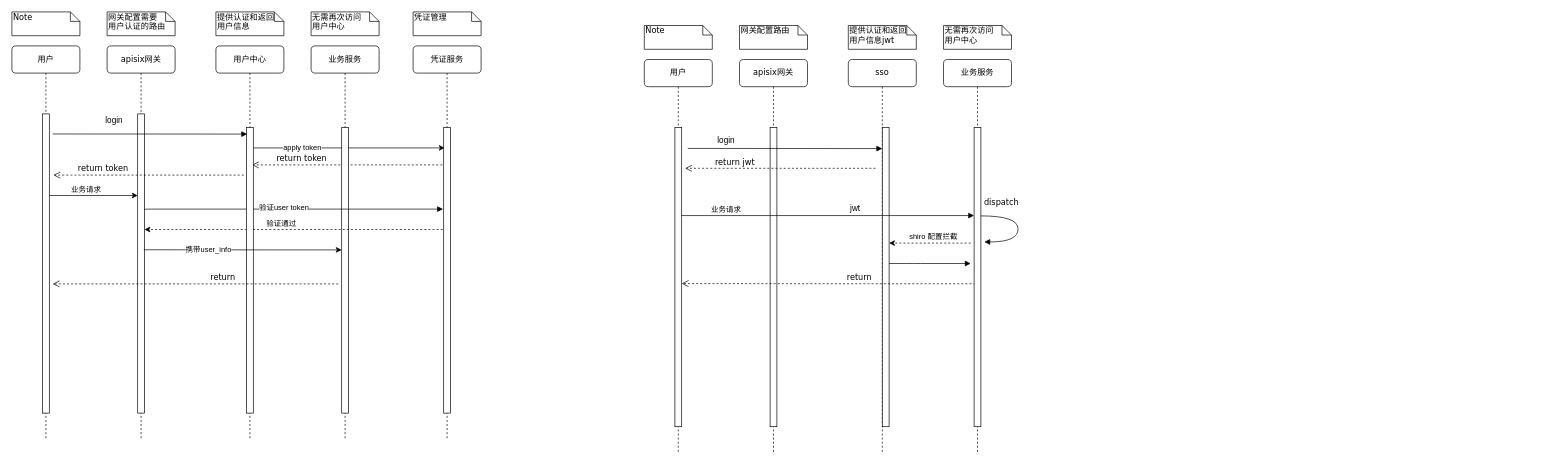
This is apisix_sso.drawio from likesea/blog, a draw.io file, before an edit. Source tidied: cells renumbered, new cells numbered last; positions are measured from the earlier drawing's top-left corner, leaving out a move shared by most shapes. Both pictures are drawn from the tidied source at 68%, with x=0, y=0 at pixel (12, 12).
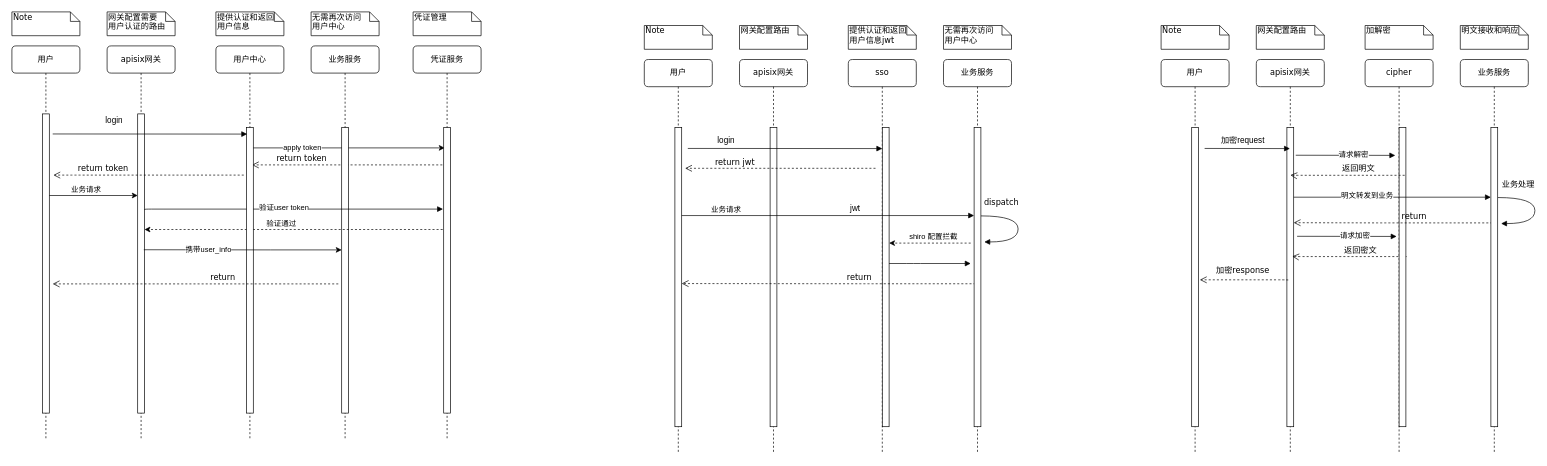
The same page after the edit.

The edit, as a diff of the source:
```diff
@@
+    <mxCell id="55" value="apisix网关" style="shape=umlLifeline;perimeter=lifelinePerimeter;whiteSpace=wrap;html=1;outlineConnect=0;rounded=1;shadow=0;comic=0;labelBackgroundColor=none;strokeWidth=1;fontFamily=Verdana;fontSize=12;align=center;" parent="1" vertex="1">
+      <mxGeometry x="1830" y="70" width="100" height="580" as="geometry" />
+    </mxCell>
+    <mxCell id="56" style="html=1;perimeter=orthogonalPerimeter;rounded=0;shadow=0;comic=0;labelBackgroundColor=none;strokeWidth=1;fontFamily=Verdana;fontSize=12;align=center;" parent="55" vertex="1">
+      <mxGeometry x="45" y="100" width="10" height="440" as="geometry" />
+    </mxCell>
+    <mxCell id="57" value="返回密文" style="html=1;verticalAlign=bottom;endArrow=open;dashed=1;endSize=8;labelBackgroundColor=none;fontFamily=Verdana;fontSize=12;" parent="55" edge="1">
+      <mxGeometry x="-0.19" relative="1" as="geometry">
+        <mxPoint x="221" y="289.8" as="sourcePoint" />
+        <mxPoint x="52.8" y="289.5" as="targetPoint" />
+        <Array as="points">
+          <mxPoint x="56" y="289.8" />
+        </Array>
+      </mxGeometry>
+    </mxCell>
+    <mxCell id="58" value="cipher" style="shape=umlLifeline;perimeter=lifelinePerimeter;whiteSpace=wrap;html=1;rounded=1;shadow=0;comic=0;labelBackgroundColor=none;strokeWidth=1;fontFamily=Verdana;fontSize=12;align=center;" parent="1" vertex="1">
+      <mxGeometry x="1990" y="70" width="100" height="580" as="geometry" />
+    </mxCell>
+    <mxCell id="59" style="html=1;perimeter=orthogonalPerimeter;rounded=0;shadow=0;comic=0;labelBackgroundColor=none;strokeWidth=1;fontFamily=Verdana;fontSize=12;align=center;" parent="58" vertex="1">
+      <mxGeometry x="50" y="100" width="10" height="440" as="geometry" />
+    </mxCell>
+    <mxCell id="60" style="html=1;verticalAlign=bottom;endArrow=block;labelBackgroundColor=none;fontFamily=Verdana;fontSize=12;edgeStyle=elbowEdgeStyle;elbow=vertical;exitX=0.9;exitY=0.07;exitDx=0;exitDy=0;exitPerimeter=0;" parent="58" edge="1" target="55">
+      <mxGeometry x="-0.15" y="10" relative="1" as="geometry">
+        <mxPoint x="-236" y="130.8" as="sourcePoint" />
+        <Array as="points">
+          <mxPoint x="70" y="131" />
+          <mxPoint x="-158.8" y="130" />
+          <mxPoint x="-98.8" y="140" />
+          <mxPoint x="-168.8" y="110" />
+          <mxPoint x="-198.8" y="130" />
+        </Array>
+      </mxGeometry>
+    </mxCell>
+    <mxCell id="61" value="return" style="html=1;verticalAlign=bottom;endArrow=open;dashed=1;endSize=8;labelBackgroundColor=none;fontFamily=Verdana;fontSize=12;" parent="58" edge="1">
+      <mxGeometry x="-0.19" relative="1" as="geometry">
+        <mxPoint x="193.2" y="240.3" as="sourcePoint" />
+        <mxPoint x="-105" y="240" as="targetPoint" />
+        <Array as="points">
+          <mxPoint x="28.2" y="240.3" />
+        </Array>
+      </mxGeometry>
+    </mxCell>
+    <mxCell id="62" value="业务服务" style="shape=umlLifeline;perimeter=lifelinePerimeter;whiteSpace=wrap;html=1;rounded=1;shadow=0;comic=0;labelBackgroundColor=none;strokeWidth=1;fontFamily=Verdana;fontSize=12;align=center;" parent="1" vertex="1">
+      <mxGeometry x="2130" y="70" width="100" height="580" as="geometry" />
+    </mxCell>
+    <mxCell id="63" style="html=1;verticalAlign=bottom;endArrow=block;labelBackgroundColor=none;fontFamily=Verdana;fontSize=12;edgeStyle=elbowEdgeStyle;elbow=vertical;" parent="62" edge="1">
+      <mxGeometry x="-0.15" y="10" relative="1" as="geometry">
+        <mxPoint x="-245" y="202.5" as="sourcePoint" />
+        <mxPoint x="45" y="203" as="targetPoint" />
+        <Array as="points">
+          <mxPoint x="-164" y="202.5" />
+          <mxPoint x="-104" y="212.5" />
+          <mxPoint x="-174" y="182.5" />
+          <mxPoint x="-204" y="202.5" />
+        </Array>
+      </mxGeometry>
+    </mxCell>
+    <mxCell id="64" value="明文转发到业务" style="edgeLabel;html=1;align=center;verticalAlign=middle;" parent="63" vertex="1">
+      <mxGeometry x="-0.26" y="3" relative="1" as="geometry" />
+    </mxCell>
+    <mxCell id="65" value="业务处理" style="html=1;verticalAlign=bottom;endArrow=block;labelBackgroundColor=none;fontFamily=Verdana;fontSize=12;elbow=vertical;edgeStyle=orthogonalEdgeStyle;curved=1;entryX=1;entryY=0.286;entryPerimeter=0;exitX=1.038;exitY=0.345;exitPerimeter=0;" parent="62" edge="1">
+      <mxGeometry x="-0.58" y="10" relative="1" as="geometry">
+        <mxPoint x="55" y="203" as="sourcePoint" />
+        <mxPoint x="60" y="241.3" as="targetPoint" />
+        <Array as="points">
+          <mxPoint x="109.7" y="203" />
+          <mxPoint x="109.7" y="241" />
+        </Array>
+      </mxGeometry>
+    </mxCell>
+    <mxCell id="66" value="用户" style="shape=umlLifeline;perimeter=lifelinePerimeter;whiteSpace=wrap;html=1;rounded=1;shadow=0;comic=0;labelBackgroundColor=none;strokeWidth=1;fontFamily=Verdana;fontSize=12;align=center;" parent="1" vertex="1">
+      <mxGeometry x="1690" y="70" width="100" height="580" as="geometry" />
+    </mxCell>
+    <mxCell id="67" style="html=1;perimeter=orthogonalPerimeter;rounded=0;shadow=0;comic=0;labelBackgroundColor=none;strokeWidth=1;fontFamily=Verdana;fontSize=12;align=center;" parent="66" vertex="1">
+      <mxGeometry x="45" y="100" width="10" height="440" as="geometry" />
+    </mxCell>
+    <mxCell id="68" value="返回明文" style="html=1;verticalAlign=bottom;endArrow=open;dashed=1;endSize=8;labelBackgroundColor=none;fontFamily=Verdana;fontSize=12;" parent="66" edge="1">
+      <mxGeometry x="-0.19" relative="1" as="geometry">
+        <mxPoint x="358.2" y="170.3" as="sourcePoint" />
+        <mxPoint x="190" y="170" as="targetPoint" />
+        <Array as="points">
+          <mxPoint x="193.2" y="170.3" />
+        </Array>
+      </mxGeometry>
+    </mxCell>
+    <mxCell id="69" style="html=1;perimeter=orthogonalPerimeter;rounded=0;shadow=0;comic=0;labelBackgroundColor=none;strokeWidth=1;fontFamily=Verdana;fontSize=12;align=center;" parent="1" vertex="1">
+      <mxGeometry x="2175" y="170" width="10" height="440" as="geometry" />
+    </mxCell>
+    <mxCell id="70" value="Note" style="shape=note;whiteSpace=wrap;html=1;size=14;verticalAlign=top;align=left;spacingTop=-6;rounded=0;shadow=0;comic=0;labelBackgroundColor=none;strokeWidth=1;fontFamily=Verdana;fontSize=12;" parent="1" vertex="1">
+      <mxGeometry x="1690" y="20" width="100" height="35" as="geometry" />
+    </mxCell>
+    <mxCell id="71" value="网关配置路由" style="shape=note;whiteSpace=wrap;html=1;size=14;verticalAlign=top;align=left;spacingTop=-6;rounded=0;shadow=0;comic=0;labelBackgroundColor=none;strokeWidth=1;fontFamily=Verdana;fontSize=12;" parent="1" vertex="1">
+      <mxGeometry x="1830" y="20" width="100" height="35" as="geometry" />
+    </mxCell>
+    <mxCell id="72" value="加解密" style="shape=note;whiteSpace=wrap;html=1;size=14;verticalAlign=top;align=left;spacingTop=-6;rounded=0;shadow=0;comic=0;labelBackgroundColor=none;strokeWidth=1;fontFamily=Verdana;fontSize=12;" parent="1" vertex="1">
+      <mxGeometry x="1990" y="20" width="100" height="35" as="geometry" />
+    </mxCell>
+    <mxCell id="73" value="明文接收和响应" style="shape=note;whiteSpace=wrap;html=1;size=14;verticalAlign=top;align=left;spacingTop=-6;rounded=0;shadow=0;comic=0;labelBackgroundColor=none;strokeWidth=1;fontFamily=Verdana;fontSize=12;" parent="1" vertex="1">
+      <mxGeometry x="2130" y="20" width="100" height="35" as="geometry" />
+    </mxCell>
+    <mxCell id="74" value="加密request" style="text;html=1;align=center;verticalAlign=middle;fillColor=none;strokeColor=none;rounded=0;" parent="1" vertex="1">
+      <mxGeometry x="1770" y="180" width="80" height="20" as="geometry" />
+    </mxCell>
+    <mxCell id="75" style="html=1;verticalAlign=bottom;endArrow=block;labelBackgroundColor=none;fontFamily=Verdana;fontSize=12;edgeStyle=elbowEdgeStyle;elbow=vertical;exitX=0.9;exitY=0.07;exitDx=0;exitDy=0;exitPerimeter=0;entryX=-0.36;entryY=0.094;entryDx=0;entryDy=0;entryPerimeter=0;" parent="1" edge="1">
+      <mxGeometry x="-0.15" y="10" relative="1" as="geometry">
+        <mxPoint x="1888" y="210.8" as="sourcePoint" />
+        <mxPoint x="2034.4" y="211.4" as="targetPoint" />
+        <Array as="points">
+          <mxPoint x="2194" y="211" />
+          <mxPoint x="1965.2" y="210" />
+          <mxPoint x="2025.2" y="220" />
+          <mxPoint x="1955.2" y="190" />
+          <mxPoint x="1925.2" y="210" />
+        </Array>
+      </mxGeometry>
+    </mxCell>
+    <mxCell id="76" value="请求解密" style="edgeLabel;html=1;align=center;verticalAlign=middle;" parent="75" vertex="1">
+      <mxGeometry x="0.15" y="2" relative="1" as="geometry" />
+    </mxCell>
+    <mxCell id="77" style="html=1;verticalAlign=bottom;endArrow=block;labelBackgroundColor=none;fontFamily=Verdana;fontSize=12;edgeStyle=elbowEdgeStyle;elbow=vertical;exitX=0.9;exitY=0.07;exitDx=0;exitDy=0;exitPerimeter=0;entryX=-0.36;entryY=0.094;entryDx=0;entryDy=0;entryPerimeter=0;" parent="1" edge="1">
+      <mxGeometry x="-0.15" y="10" relative="1" as="geometry">
+        <mxPoint x="1890" y="330" as="sourcePoint" />
+        <mxPoint x="2036.4" y="330.6" as="targetPoint" />
+        <Array as="points">
+          <mxPoint x="2196" y="330.2" />
+          <mxPoint x="1967.2" y="329.2" />
+          <mxPoint x="2027.2" y="339.2" />
+          <mxPoint x="1957.2" y="309.2" />
+          <mxPoint x="1927.2" y="329.2" />
+        </Array>
+      </mxGeometry>
+    </mxCell>
+    <mxCell id="78" value="请求加密" style="edgeLabel;html=1;align=center;verticalAlign=middle;" parent="77" vertex="1">
+      <mxGeometry x="0.15" y="2" relative="1" as="geometry" />
+    </mxCell>
+    <mxCell id="79" value="加密response" style="html=1;verticalAlign=bottom;endArrow=open;dashed=1;endSize=8;labelBackgroundColor=none;fontFamily=Verdana;fontSize=12;" parent="1" edge="1">
+      <mxGeometry x="0.03" y="-4" relative="1" as="geometry">
+        <mxPoint x="1877" y="394.2" as="sourcePoint" />
+        <mxPoint x="1747" y="394" as="targetPoint" />
+        <Array as="points">
+          <mxPoint x="1870.2" y="394" />
+        </Array>
+      </mxGeometry>
+    </mxCell>
```
